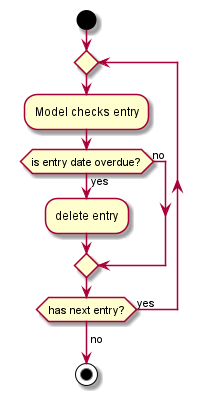
This is docs/images/ClearOverdueEntryCommandActivityDiagram.png from nus-cs2103-AY2021S2/tp, a PlantUML export, as it was before one commit. The source it was exported from:
```plantuml
@startuml

start

repeat
  :Model checks entry;
    if (is entry date overdue?) then (yes)
        :delete entry;
    else (no)
    endif
repeat while (has next entry?) is (yes)
->no;
stop
@enduml
```
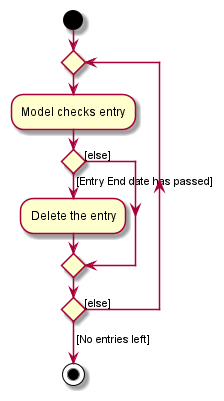
The same diagram one commit later.

Commit message:
Update activity diagram

What changed in the source:
```diff
@@ -4,11 +4,11 @@
 
 repeat
   :Model checks entry;
-    if (is entry date overdue?) then (yes)
-        :delete entry;
-    else (no)
+    if () then ([Entry End date has passed])
+        :Delete the entry;
+    else ([else])
     endif
-repeat while (has next entry?) is (yes)
-->no;
+repeat while () is ([else])
+->[No entries left];
 stop
 @enduml
```
